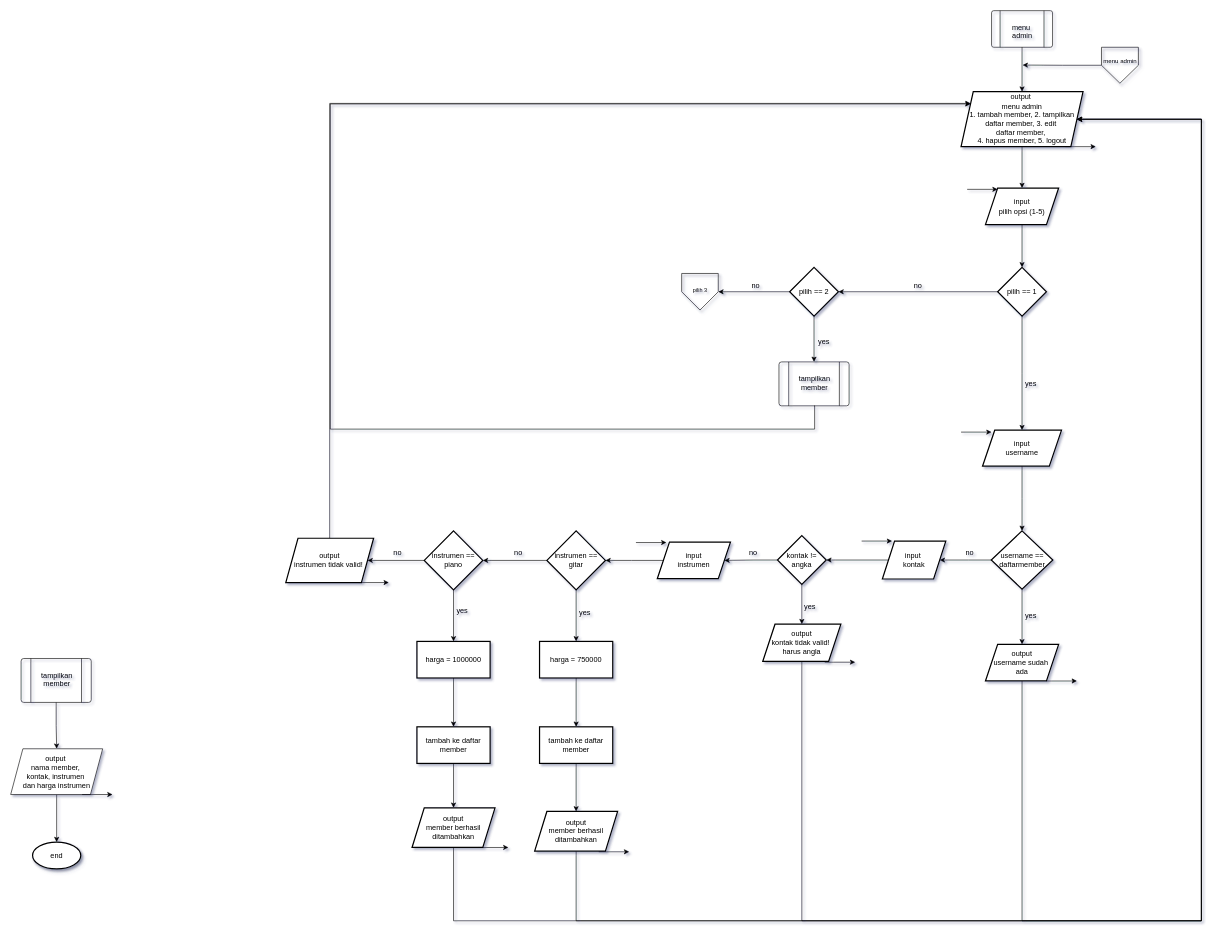
Above: page "admin" (3 of 5) of Post-test/Post-test-apd-8/2509106078-Annisa-Nur-Raidah-PT-8.drawio in AnnisaNurRaidah/praktikum-apd (draw.io), before the change. Source tidied: cells renumbered, new cells numbered last; positions are measured from the earlier drawing's top-left corner, leaving out a move shared by most shapes. Both pictures are drawn from the tidied source at 61%, with x=0, y=0 at pixel (10, 10).
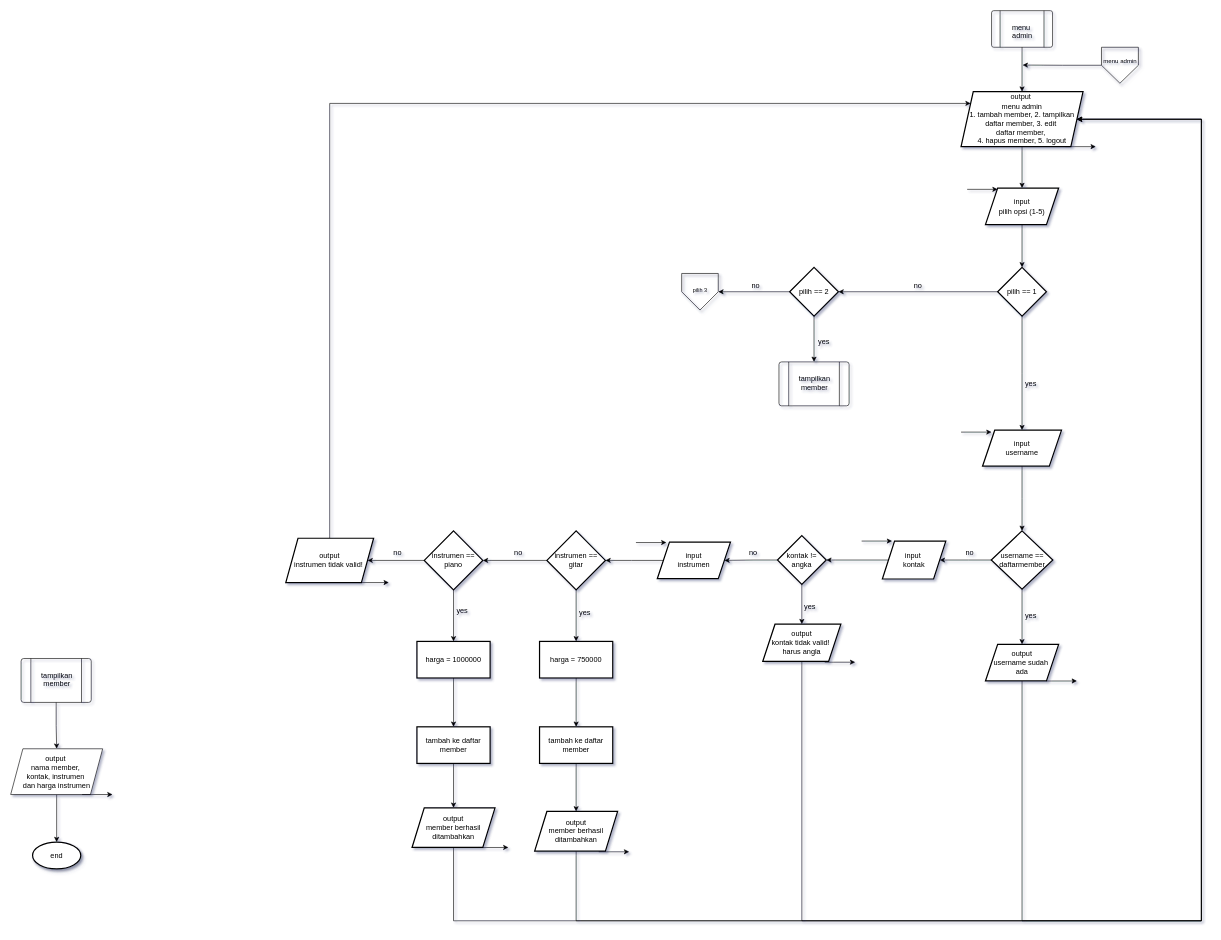
Above is the later version.

Unchanged cells that the change refers to:
```xml
<mxCell id="4" value="output&amp;nbsp;&lt;div&gt;menu admin&lt;div&gt;1. tambah member, 2. tampilkan daftar member, 3. edit&amp;nbsp;&lt;/div&gt;&lt;div&gt;daftar member,&amp;nbsp;&lt;/div&gt;&lt;div&gt;4. hapus member, 5. logout&lt;/div&gt;&lt;/div&gt;" style="shape=parallelogram;perimeter=parallelogramPerimeter;whiteSpace=wrap;html=1;fixedSize=1;fillColor=light-dark(#FFFFFF,#FFFFFF);strokeColor=light-dark(#000000,#000000);fontColor=light-dark(#000000,#000000);strokeWidth=2;" parent="1" vertex="1">
  <mxGeometry x="1558" y="132.8" width="200" height="90" as="geometry" />
</mxCell>
<mxCell id="75" style="verticalLabelPosition=bottom;verticalAlign=top;html=1;shape=process;whiteSpace=wrap;rounded=1;size=0.14;arcSize=6;fontFamily=Helvetica;fontSize=11;fontColor=light-dark(#000000,#000000);labelBackgroundColor=none;fillColor=none;strokeColor=light-dark(#000000,#000000);" parent="1" vertex="1">
  <mxGeometry x="1259.5" y="575.8" width="115" height="72" as="geometry" />
</mxCell>
```

What changed in the source:
```diff
@@
-    <mxCell id="76" style="edgeStyle=orthogonalEdgeStyle;shape=connector;rounded=0;jettySize=auto;html=1;strokeColor=light-dark(#000000,#000000);align=center;verticalAlign=middle;fontFamily=Helvetica;fontSize=11;fontColor=light-dark(#000000,#000000);labelBackgroundColor=none;endArrow=classic;exitX=0.5;exitY=1;exitDx=0;exitDy=0;" parent="1" edge="1" source="75" target="4">
-      <mxGeometry relative="1" as="geometry">
-        <Array as="points">
-          <mxPoint x="1318" y="686" />
-          <mxPoint x="524" y="686" />
-          <mxPoint x="524" y="153" />
-        </Array>
-      </mxGeometry>
-    </mxCell>
```
